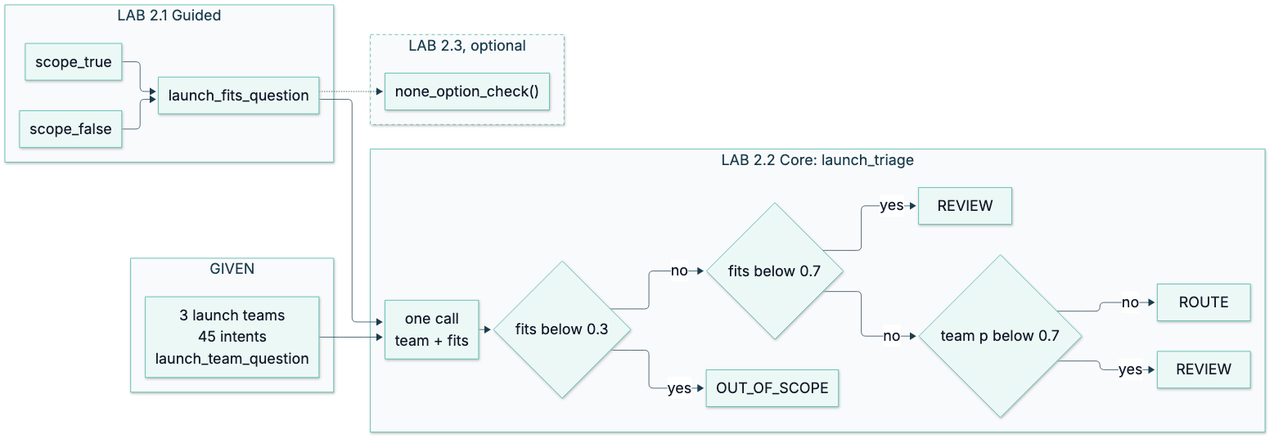
The Mermaid diagram course/diagrams/module_03/p2-lab-map.png in axel-sirota/getting_started_jev, before a commit. Its source is kept beside it as course/diagrams/module_03/p2-lab-map.mmd.
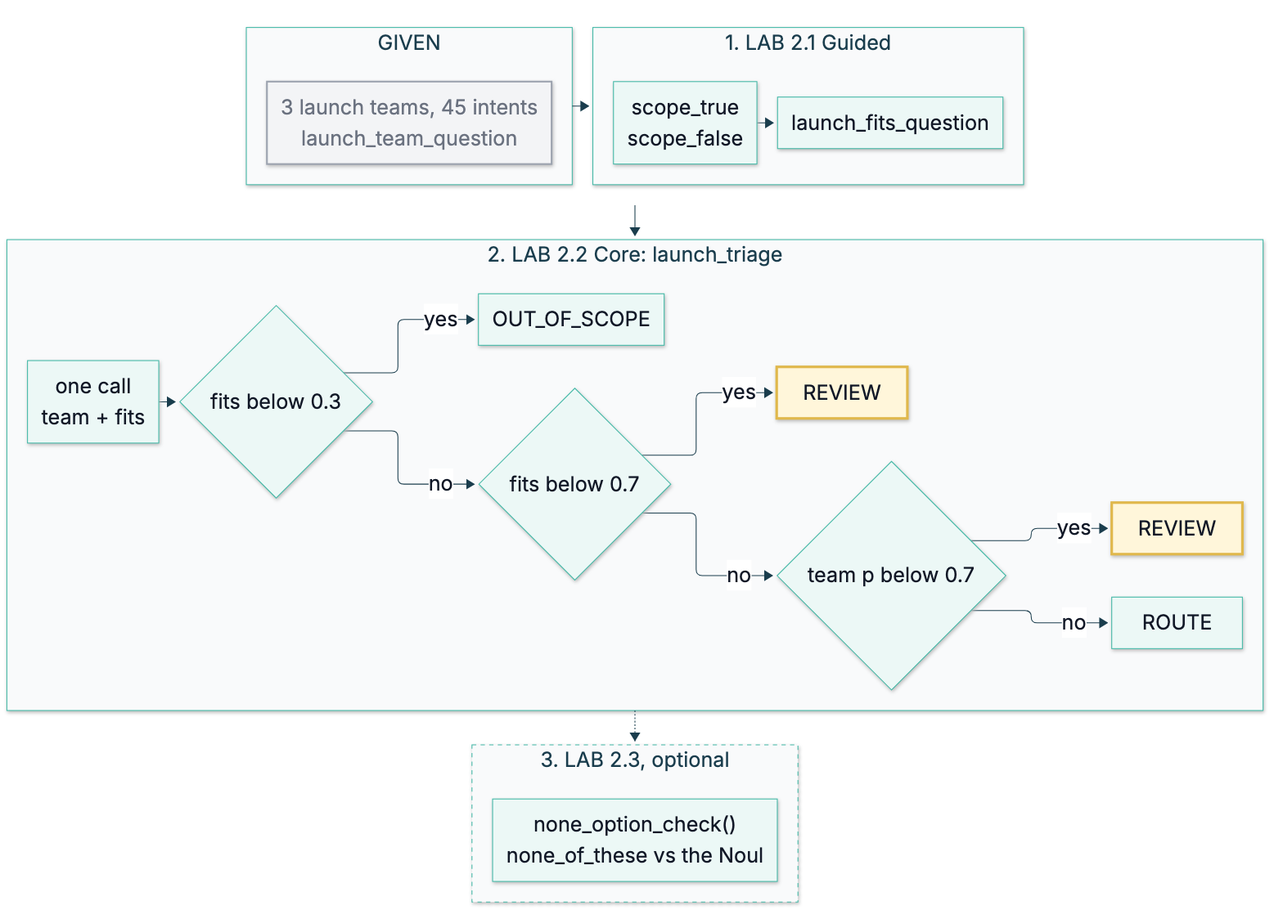
The same file after the commit.

The edit, as a diff of the source:
```diff
@@ -1,14 +1,20 @@
 %%{init: {"theme": "base", "themeVariables": {"fontFamily": "Inter, sans-serif", "primaryColor": "#ECF8F6", "primaryBorderColor": "#40B8A6", "primaryTextColor": "#111827", "lineColor": "#1A3D4D", "secondaryColor": "#F9FAFB", "tertiaryColor": "#FFFFFF", "clusterBkg": "#F9FAFB", "clusterBorder": "#D1D5DB", "actorBkg": "#ECF8F6", "actorBorder": "#40B8A6", "noteBkgColor": "#FFF6DA", "noteBorderColor": "#E0B84C"}}}%%
-flowchart LR
-  subgraph GIVEN["GIVEN"]
-    L["3 launch teams<br/>45 intents<br/>launch_team_question"]
+flowchart TB
+  subgraph ROW1[" "]
+    direction LR
+    subgraph GIVEN["GIVEN"]
+      L["3 launch teams, 45 intents<br/>launch_team_question"]
+    end
+    subgraph L1["1. LAB 2.1 Guided"]
+      direction LR
+      T["scope_true<br/>scope_false"]
+      N["launch_fits_question"]
+      T --> N
+    end
+    GIVEN --> L1
   end
-  subgraph L1["LAB 2.1 Guided"]
-    T["scope_true"]
-    F2["scope_false"]
-    N["launch_fits_question"]
-  end
-  subgraph L2["LAB 2.2 Core: launch_triage"]
+  subgraph L2["2. LAB 2.2 Core: launch_triage"]
+    direction LR
     J["one call<br/>team + fits"]
     D1{"fits below 0.3"}
     D2{"fits below 0.7"}
@@ -17,24 +23,27 @@
     REV1["REVIEW"]
     REV2["REVIEW"]
     RT["ROUTE"]
+    J --> D1
+    D1 -- yes --> OUT
+    D1 -- no --> D2
+    D2 -- yes --> REV1
+    D2 -- no --> D3
+    D3 -- yes --> REV2
+    D3 -- no --> RT
   end
-  subgraph L3["LAB 2.3, optional"]
-    X["none_option_check()"]
+  subgraph L3["3. LAB 2.3, optional"]
+    X["none_option_check()<br/>none_of_these vs the Noul"]
   end
-  T --> N
-  F2 --> N
-  L --> J
-  N --> J
-  J --> D1
-  D1 -- yes --> OUT
-  D1 -- no --> D2
-  D2 -- yes --> REV1
-  D2 -- no --> D3
-  D3 -- yes --> REV2
-  D3 -- no --> RT
-  N -.-> X
-  style L3 stroke-dasharray:5 5
+  ROW1 --> L2
+  L2 -.-> L3
 
   classDef fail fill:#FDECEA,stroke:#B42318,stroke-width:4px
   classDef changed fill:#D5F2EC,stroke:#1A3D4D,stroke-width:4px
   classDef ok fill:#ECF8F6,stroke:#1A3D4D,stroke-width:3px
+  classDef muted fill:#F3F4F6,stroke:#9CA3AF,stroke-width:2px,color:#6B7280
+  classDef human fill:#FFF6DA,stroke:#E0B84C,stroke-width:3px
+  style ROW1 fill:none,stroke:none
+  class L muted
+  class REV1 human
+  class REV2 human
+  style L3 stroke-dasharray:5 5
```
